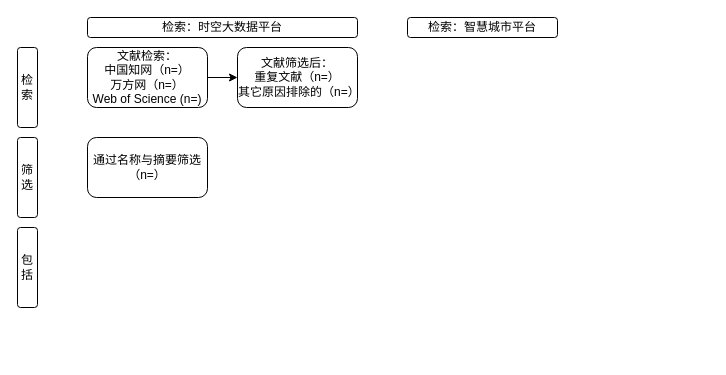
gaochaowyq/MinderGraph keeps this draw.io diagram as 时空大数据平台研究检索图.drawio. Above is the earlier version. Source tidied: cells renumbered, new cells numbered last; positions are measured from the earlier drawing's top-left corner, leaving out a move shared by most shapes. Both pictures are drawn from the tidied source at 100%, with x=0, y=0 at pixel (17, 17).
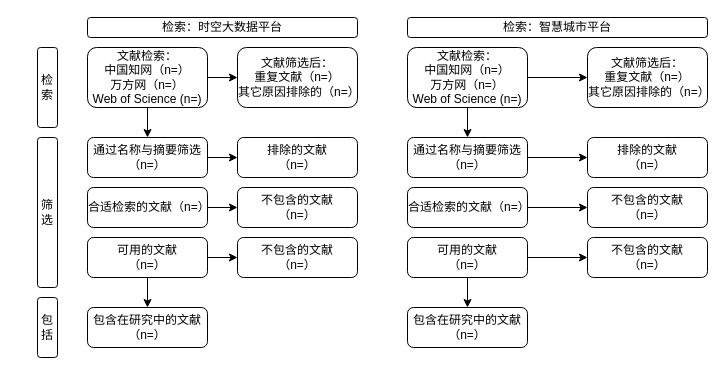
After the change.

Commit message (it also covers changes not shown here):
更新时空大数据平台研究检索图.drawio

The change refers to these unchanged cells:
```xml
<mxCell id="8" value="文献检索：&lt;br&gt;中国知网（n=）&lt;br&gt;万方网（n=）&lt;br&gt;Web of Science (n=)" style="rounded=1;whiteSpace=wrap;html=1;" parent="1" vertex="1">
  <mxGeometry x="70" y="30" width="120" height="60" as="geometry" />
</mxCell>
```

What changed in the source:
```diff
@@
     <mxCell id="2" value="检索" style="rounded=1;whiteSpace=wrap;html=1;" parent="1" vertex="1">
-      <mxGeometry y="30" width="20" height="80" as="geometry" />
+      <mxGeometry x="20" y="30" width="20" height="80" as="geometry" />
     </mxCell>
     <mxCell id="3" value="筛选" style="rounded=1;whiteSpace=wrap;html=1;" parent="1" vertex="1">
-      <mxGeometry y="120" width="20" height="80" as="geometry" />
+      <mxGeometry x="20" y="120" width="20" height="150" as="geometry" />
     </mxCell>
     <mxCell id="4" value="包括" style="rounded=1;whiteSpace=wrap;html=1;" parent="1" vertex="1">
-      <mxGeometry y="210" width="20" height="80" as="geometry" />
+      <mxGeometry x="20" y="280" width="20" height="60" as="geometry" />
     </mxCell>
@@
     <mxCell id="6" value="检索：智慧城市平台" style="rounded=1;whiteSpace=wrap;html=1;" parent="1" vertex="1">
-      <mxGeometry x="390" width="150" height="20" as="geometry" />
+      <mxGeometry x="390" width="300" height="20" as="geometry" />
     </mxCell>
@@
+    <mxCell id="11" style="edgeStyle=orthogonalEdgeStyle;rounded=0;jettySize=auto;html=1;entryX=0.5;entryY=0;entryDx=0;entryDy=0;" parent="1" edge="1" source="8" target="10">
+      <mxGeometry relative="1" as="geometry" />
+    </mxCell>
@@
+    <mxCell id="12" style="edgeStyle=orthogonalEdgeStyle;rounded=0;jettySize=auto;html=1;" parent="1" edge="1" source="10" target="19">
+      <mxGeometry relative="1" as="geometry" />
+    </mxCell>
     <mxCell id="10" value="通过名称与摘要筛选（n=）" style="rounded=1;whiteSpace=wrap;html=1;" parent="1" vertex="1">
-      <mxGeometry x="70" y="120" width="120" height="60" as="geometry" />
+      <mxGeometry x="70" y="120" width="120" height="40" as="geometry" />
     </mxCell>
+    <mxCell id="13" style="edgeStyle=orthogonalEdgeStyle;rounded=0;jettySize=auto;html=1;" parent="1" edge="1" source="14" target="20">
+      <mxGeometry relative="1" as="geometry" />
+    </mxCell>
+    <mxCell id="14" value="合适检索的文献（n=）" style="rounded=1;whiteSpace=wrap;html=1;" parent="1" vertex="1">
+      <mxGeometry x="70" y="170" width="120" height="40" as="geometry" />
+    </mxCell>
+    <mxCell id="15" style="edgeStyle=orthogonalEdgeStyle;rounded=0;jettySize=auto;html=1;" parent="1" edge="1" source="17" target="21">
+      <mxGeometry relative="1" as="geometry" />
+    </mxCell>
+    <mxCell id="16" style="edgeStyle=orthogonalEdgeStyle;rounded=0;jettySize=auto;html=1;" parent="1" edge="1" source="17" target="18">
+      <mxGeometry relative="1" as="geometry" />
+    </mxCell>
+    <mxCell id="17" value="可用的文献&lt;br&gt;（n=）" style="rounded=1;whiteSpace=wrap;html=1;" parent="1" vertex="1">
+      <mxGeometry x="70" y="220" width="120" height="40" as="geometry" />
+    </mxCell>
+    <mxCell id="18" value="包含在研究中的文献&lt;br&gt;（n=）" style="rounded=1;whiteSpace=wrap;html=1;" parent="1" vertex="1">
+      <mxGeometry x="70" y="290" width="120" height="40" as="geometry" />
+    </mxCell>
+    <mxCell id="19" value="排除的文献&lt;br&gt;（n=）" style="rounded=1;whiteSpace=wrap;html=1;" parent="1" vertex="1">
+      <mxGeometry x="220" y="120" width="120" height="40" as="geometry" />
+    </mxCell>
+    <mxCell id="20" value="不包含的文献&lt;br&gt;（n=）" style="rounded=1;whiteSpace=wrap;html=1;" parent="1" vertex="1">
+      <mxGeometry x="220" y="170" width="120" height="40" as="geometry" />
+    </mxCell>
+    <mxCell id="21" value="不包含的文献&lt;br&gt;（n=）" style="rounded=1;whiteSpace=wrap;html=1;" parent="1" vertex="1">
+      <mxGeometry x="220" y="220" width="120" height="40" as="geometry" />
+    </mxCell>
+    <mxCell id="22" style="edgeStyle=orthogonalEdgeStyle;rounded=0;jettySize=auto;html=1;" parent="1" edge="1" source="24" target="25">
+      <mxGeometry relative="1" as="geometry" />
+    </mxCell>
+    <mxCell id="23" style="edgeStyle=orthogonalEdgeStyle;rounded=0;jettySize=auto;html=1;" parent="1" edge="1" source="24" target="27">
+      <mxGeometry relative="1" as="geometry" />
+    </mxCell>
+    <mxCell id="24" value="文献检索：&lt;br&gt;中国知网（n=）&lt;br&gt;万方网（n=）&lt;br&gt;Web of Science (n=)" style="rounded=1;whiteSpace=wrap;html=1;" parent="1" vertex="1">
+      <mxGeometry x="390" y="30" width="120" height="60" as="geometry" />
+    </mxCell>
+    <mxCell id="25" value="文献筛选后：&lt;br&gt;重复文献（n=）&lt;br&gt;其它原因排除的（n=）" style="rounded=1;whiteSpace=wrap;html=1;" parent="1" vertex="1">
+      <mxGeometry x="570" y="30" width="120" height="60" as="geometry" />
+    </mxCell>
+    <mxCell id="26" style="edgeStyle=orthogonalEdgeStyle;rounded=0;jettySize=auto;html=1;" parent="1" edge="1" source="27" target="34">
+      <mxGeometry relative="1" as="geometry" />
+    </mxCell>
+    <mxCell id="27" value="通过名称与摘要筛选（n=）" style="rounded=1;whiteSpace=wrap;html=1;" parent="1" vertex="1">
+      <mxGeometry x="390" y="120" width="120" height="40" as="geometry" />
+    </mxCell>
+    <mxCell id="28" style="edgeStyle=orthogonalEdgeStyle;rounded=0;jettySize=auto;html=1;" parent="1" edge="1" source="29" target="35">
+      <mxGeometry relative="1" as="geometry" />
+    </mxCell>
+    <mxCell id="29" value="合适检索的文献（n=）" style="rounded=1;whiteSpace=wrap;html=1;" parent="1" vertex="1">
+      <mxGeometry x="390" y="170" width="120" height="40" as="geometry" />
+    </mxCell>
+    <mxCell id="30" style="edgeStyle=orthogonalEdgeStyle;rounded=0;jettySize=auto;html=1;" parent="1" edge="1" source="32" target="36">
+      <mxGeometry relative="1" as="geometry" />
+    </mxCell>
+    <mxCell id="31" style="edgeStyle=orthogonalEdgeStyle;rounded=0;jettySize=auto;html=1;" parent="1" edge="1" source="32" target="33">
+      <mxGeometry relative="1" as="geometry" />
+    </mxCell>
+    <mxCell id="32" value="可用的文献&lt;br&gt;（n=）" style="rounded=1;whiteSpace=wrap;html=1;" parent="1" vertex="1">
+      <mxGeometry x="390" y="220" width="120" height="40" as="geometry" />
+    </mxCell>
+    <mxCell id="33" value="包含在研究中的文献&lt;br&gt;（n=）" style="rounded=1;whiteSpace=wrap;html=1;" parent="1" vertex="1">
+      <mxGeometry x="390" y="290" width="120" height="40" as="geometry" />
+    </mxCell>
+    <mxCell id="34" value="排除的文献&lt;br&gt;（n=）" style="rounded=1;whiteSpace=wrap;html=1;" parent="1" vertex="1">
+      <mxGeometry x="570" y="120" width="120" height="40" as="geometry" />
+    </mxCell>
+    <mxCell id="35" value="不包含的文献&lt;br&gt;（n=）" style="rounded=1;whiteSpace=wrap;html=1;" parent="1" vertex="1">
+      <mxGeometry x="570" y="170" width="120" height="40" as="geometry" />
+    </mxCell>
+    <mxCell id="36" value="不包含的文献&lt;br&gt;（n=）" style="rounded=1;whiteSpace=wrap;html=1;" parent="1" vertex="1">
+      <mxGeometry x="570" y="220" width="120" height="40" as="geometry" />
+    </mxCell>
```
